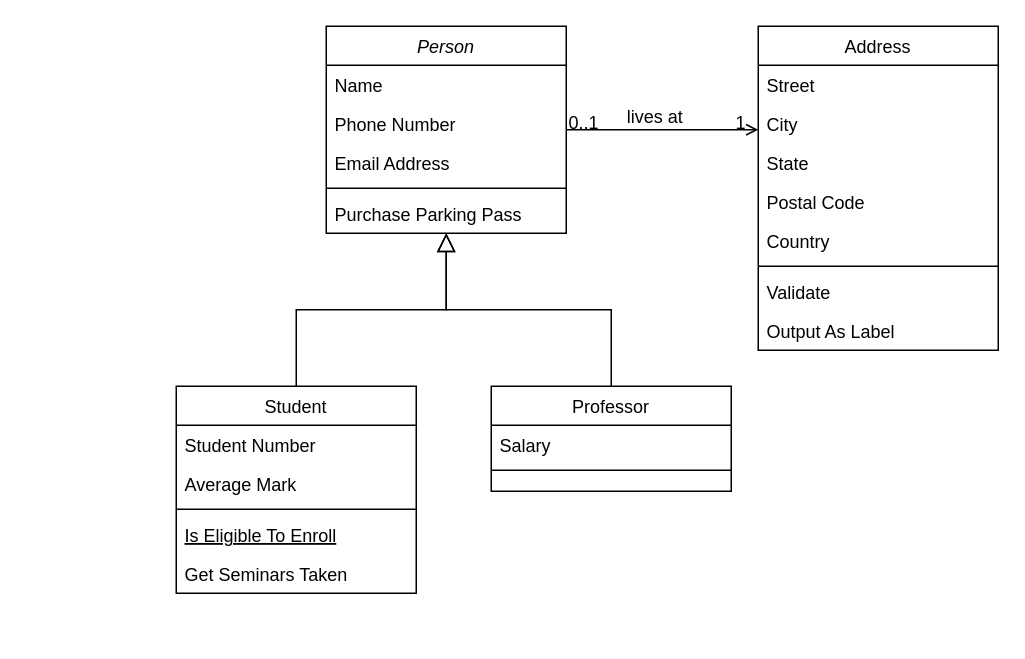
Above: Diagrama de clases.drawio in ilatorremembrado/CastilloQWERTY (draw.io), before the change. Source tidied: cells renumbered, new cells numbered last; positions are measured from the earlier drawing's top-left corner, leaving out a move shared by most shapes. Both pictures are drawn from the tidied source at 150%, with x=0, y=0 at pixel (176, 26).
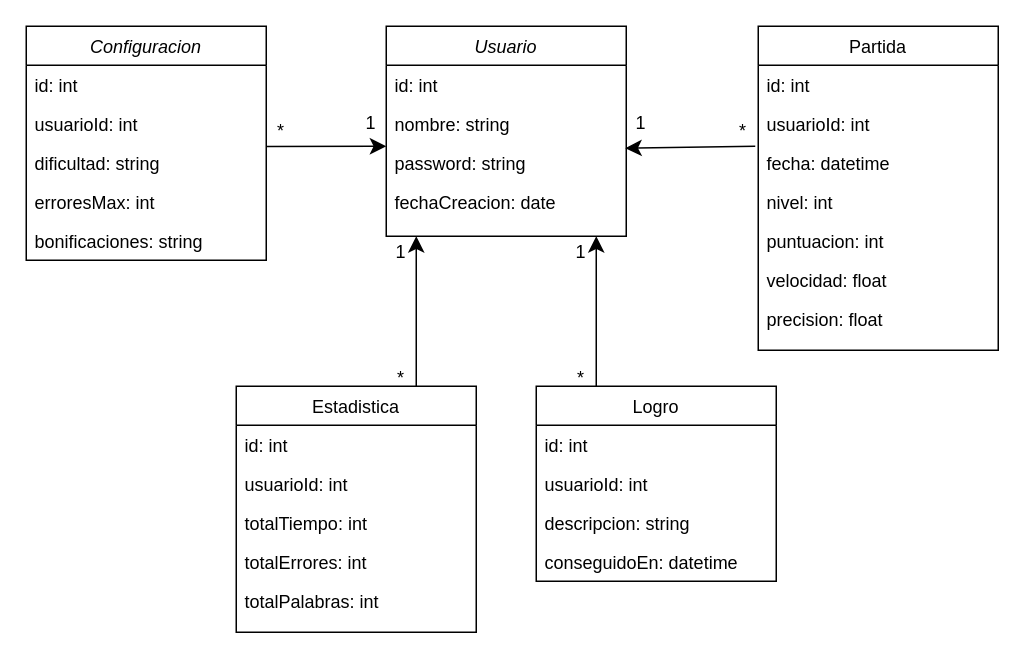
The same page after the edit.

The edit, as a diff of the source:
```diff
@@
-    <mxCell id="2" value="Person" style="swimlane;fontStyle=2;align=center;verticalAlign=top;horizontal=1;startSize=26;rounded=0;shadow=0;strokeWidth=1;" parent="1" vertex="1">
-      <mxGeometry x="100" width="160" height="138" as="geometry" />
+    <mxCell id="2" value="Usuario" style="swimlane;fontStyle=2;align=center;verticalAlign=top;horizontal=1;startSize=26;rounded=0;shadow=0;strokeWidth=1;" parent="1" vertex="1">
+      <mxGeometry x="140" width="160" height="140" as="geometry" />
     </mxCell>
-    <mxCell id="3" value="Name" style="text;align=left;verticalAlign=top;spacingLeft=4;spacingRight=4;overflow=hidden;" parent="2" vertex="1">
+    <mxCell id="3" value="id: int" style="text;align=left;verticalAlign=top;spacingLeft=4;spacingRight=4;overflow=hidden;" parent="2" vertex="1">
       <mxGeometry y="26" width="160" height="26" as="geometry" />
     </mxCell>
-    <mxCell id="4" value="Phone Number" style="text;align=left;verticalAlign=top;spacingLeft=4;spacingRight=4;overflow=hidden;rounded=0;shadow=0;html=0;" parent="2" vertex="1">
+    <mxCell id="4" value="nombre: string" style="text;align=left;verticalAlign=top;spacingLeft=4;spacingRight=4;overflow=hidden;rounded=0;shadow=0;html=0;" parent="2" vertex="1">
       <mxGeometry y="52" width="160" height="26" as="geometry" />
     </mxCell>
-    <mxCell id="5" value="Email Address" style="text;align=left;verticalAlign=top;spacingLeft=4;spacingRight=4;overflow=hidden;points=[[0,0.5],[1,0.5]];portConstraint=eastwest;rounded=0;shadow=0;html=0;" parent="2" vertex="1">
+    <mxCell id="5" value="password: string" style="text;align=left;verticalAlign=top;spacingLeft=4;spacingRight=4;overflow=hidden;points=[[0,0.5],[1,0.5]];portConstraint=eastwest;rounded=0;shadow=0;html=0;" parent="2" vertex="1">
       <mxGeometry y="78" width="160" height="26" as="geometry" />
     </mxCell>
-    <mxCell id="6" style="line;html=1;strokeWidth=1;align=left;verticalAlign=middle;spacingTop=-1;spacingLeft=3;spacingRight=3;labelPosition=right;" parent="2" vertex="1">
-      <mxGeometry y="104" width="160" height="8" as="geometry" />
-    </mxCell>
-    <mxCell id="7" value="Purchase Parking Pass" style="text;align=left;verticalAlign=top;spacingLeft=4;spacingRight=4;overflow=hidden;" parent="2" vertex="1">
-      <mxGeometry y="112" width="160" height="26" as="geometry" />
-    </mxCell>
+    <mxCell id="32" value="fechaCreacion: date" style="text;align=left;verticalAlign=top;spacingLeft=4;spacingRight=4;overflow=hidden;rounded=0;shadow=0;html=0;" parent="2" vertex="1">
+      <mxGeometry y="104" width="160" height="26" as="geometry" />
+    </mxCell>
-    <mxCell id="8" value="Student" style="swimlane;fontStyle=0;align=center;verticalAlign=top;horizontal=1;startSize=26;rounded=0;shadow=0;strokeWidth=1;" parent="1" vertex="1">
-      <mxGeometry y="240" width="160" height="138" as="geometry" />
+    <mxCell id="8" value="Estadistica" style="swimlane;fontStyle=0;align=center;verticalAlign=top;horizontal=1;startSize=26;rounded=0;shadow=0;strokeWidth=1;" parent="1" vertex="1">
+      <mxGeometry x="40" y="240" width="160" height="164" as="geometry" />
     </mxCell>
-    <mxCell id="9" value="Student Number" style="text;align=left;verticalAlign=top;spacingLeft=4;spacingRight=4;overflow=hidden;" parent="8" vertex="1">
+    <mxCell id="9" value="id: int" style="text;align=left;verticalAlign=top;spacingLeft=4;spacingRight=4;overflow=hidden;" parent="8" vertex="1">
       <mxGeometry y="26" width="160" height="26" as="geometry" />
     </mxCell>
-    <mxCell id="10" value="Average Mark" style="text;align=left;verticalAlign=top;spacingLeft=4;spacingRight=4;overflow=hidden;rounded=0;shadow=0;html=0;" parent="8" vertex="1">
+    <mxCell id="10" value="usuarioId: int" style="text;align=left;verticalAlign=top;spacingLeft=4;spacingRight=4;overflow=hidden;rounded=0;shadow=0;html=0;" parent="8" vertex="1">
       <mxGeometry y="52" width="160" height="26" as="geometry" />
     </mxCell>
-    <mxCell id="11" style="line;html=1;strokeWidth=1;align=left;verticalAlign=middle;spacingTop=-1;spacingLeft=3;spacingRight=3;labelPosition=right;" parent="8" vertex="1">
-      <mxGeometry y="78" width="160" height="8" as="geometry" />
-    </mxCell>
-    <mxCell id="12" value="Is Eligible To Enroll" style="text;align=left;verticalAlign=top;spacingLeft=4;spacingRight=4;overflow=hidden;fontStyle=4;" parent="8" vertex="1">
-      <mxGeometry y="86" width="160" height="26" as="geometry" />
-    </mxCell>
-    <mxCell id="13" value="Get Seminars Taken" style="text;align=left;verticalAlign=top;spacingLeft=4;spacingRight=4;overflow=hidden;" parent="8" vertex="1">
-      <mxGeometry y="112" width="160" height="26" as="geometry" />
+    <mxCell id="13" value="totalTiempo: int" style="text;align=left;verticalAlign=top;spacingLeft=4;spacingRight=4;overflow=hidden;" parent="8" vertex="1">
+      <mxGeometry y="78" width="160" height="26" as="geometry" />
     </mxCell>
-    <mxCell id="14" style="endArrow=block;endSize=10;endFill=0;shadow=0;strokeWidth=1;rounded=0;curved=0;edgeStyle=elbowEdgeStyle;elbow=vertical;" parent="1" edge="1" source="8" target="2">
-      <mxGeometry relative="1" as="geometry" />
-    </mxCell>
+    <mxCell id="33" value="totalErrores: int" style="text;align=left;verticalAlign=top;spacingLeft=4;spacingRight=4;overflow=hidden;" parent="8" vertex="1">
+      <mxGeometry y="104" width="160" height="26" as="geometry" />
+    </mxCell>
+    <mxCell id="34" value="totalPalabras: int" style="text;align=left;verticalAlign=top;spacingLeft=4;spacingRight=4;overflow=hidden;" parent="8" vertex="1">
+      <mxGeometry y="130" width="160" height="26" as="geometry" />
+    </mxCell>
-    <mxCell id="15" value="Professor" style="swimlane;fontStyle=0;align=center;verticalAlign=top;horizontal=1;startSize=26;rounded=0;shadow=0;strokeWidth=1;" parent="1" vertex="1">
-      <mxGeometry x="210" y="240" width="160" height="70" as="geometry" />
+    <mxCell id="15" value="Logro" style="swimlane;fontStyle=0;align=center;verticalAlign=top;horizontal=1;startSize=26;rounded=0;shadow=0;strokeWidth=1;" parent="1" vertex="1">
+      <mxGeometry x="240" y="240" width="160" height="130" as="geometry" />
     </mxCell>
-    <mxCell id="16" value="Salary" style="text;align=left;verticalAlign=top;spacingLeft=4;spacingRight=4;overflow=hidden;" parent="15" vertex="1">
+    <mxCell id="16" value="id: int&#10;" style="text;align=left;verticalAlign=top;spacingLeft=4;spacingRight=4;overflow=hidden;" parent="15" vertex="1">
       <mxGeometry y="26" width="160" height="26" as="geometry" />
     </mxCell>
-    <mxCell id="17" style="line;html=1;strokeWidth=1;align=left;verticalAlign=middle;spacingTop=-1;spacingLeft=3;spacingRight=3;labelPosition=right;" parent="15" vertex="1">
-      <mxGeometry y="52" width="160" height="8" as="geometry" />
-    </mxCell>
-    <mxCell id="18" style="endArrow=block;endSize=10;endFill=0;shadow=0;strokeWidth=1;rounded=0;curved=0;edgeStyle=elbowEdgeStyle;elbow=vertical;" parent="1" edge="1" source="15" target="2">
-      <mxGeometry relative="1" as="geometry" />
-    </mxCell>
+    <mxCell id="35" value="usuarioId: int" style="text;align=left;verticalAlign=top;spacingLeft=4;spacingRight=4;overflow=hidden;" parent="15" vertex="1">
+      <mxGeometry y="52" width="160" height="26" as="geometry" />
+    </mxCell>
+    <mxCell id="36" value="descripcion: string" style="text;align=left;verticalAlign=top;spacingLeft=4;spacingRight=4;overflow=hidden;" parent="15" vertex="1">
+      <mxGeometry y="78" width="160" height="26" as="geometry" />
+    </mxCell>
+    <mxCell id="37" value="conseguidoEn: datetime" style="text;align=left;verticalAlign=top;spacingLeft=4;spacingRight=4;overflow=hidden;" parent="15" vertex="1">
+      <mxGeometry y="104" width="160" height="26" as="geometry" />
+    </mxCell>
-    <mxCell id="19" value="Address" style="swimlane;fontStyle=0;align=center;verticalAlign=top;horizontal=1;startSize=26;rounded=0;shadow=0;strokeWidth=1;" parent="1" vertex="1">
+    <mxCell id="19" value="Partida" style="swimlane;fontStyle=0;align=center;verticalAlign=top;horizontal=1;startSize=26;rounded=0;shadow=0;strokeWidth=1;" parent="1" vertex="1">
       <mxGeometry x="388" width="160" height="216" as="geometry" />
     </mxCell>
-    <mxCell id="20" value="Street" style="text;align=left;verticalAlign=top;spacingLeft=4;spacingRight=4;overflow=hidden;" parent="19" vertex="1">
+    <mxCell id="20" value="id: int" style="text;align=left;verticalAlign=top;spacingLeft=4;spacingRight=4;overflow=hidden;" parent="19" vertex="1">
       <mxGeometry y="26" width="160" height="26" as="geometry" />
     </mxCell>
-    <mxCell id="21" value="City" style="text;align=left;verticalAlign=top;spacingLeft=4;spacingRight=4;overflow=hidden;rounded=0;shadow=0;html=0;" parent="19" vertex="1">
+    <mxCell id="21" value="usuarioId: int" style="text;align=left;verticalAlign=top;spacingLeft=4;spacingRight=4;overflow=hidden;rounded=0;shadow=0;html=0;" parent="19" vertex="1">
       <mxGeometry y="52" width="160" height="26" as="geometry" />
     </mxCell>
-    <mxCell id="22" value="State" style="text;align=left;verticalAlign=top;spacingLeft=4;spacingRight=4;overflow=hidden;rounded=0;shadow=0;html=0;" parent="19" vertex="1">
+    <mxCell id="22" value="fecha: datetime" style="text;align=left;verticalAlign=top;spacingLeft=4;spacingRight=4;overflow=hidden;rounded=0;shadow=0;html=0;" parent="19" vertex="1">
       <mxGeometry y="78" width="160" height="26" as="geometry" />
     </mxCell>
-    <mxCell id="23" value="Postal Code" style="text;align=left;verticalAlign=top;spacingLeft=4;spacingRight=4;overflow=hidden;rounded=0;shadow=0;html=0;" parent="19" vertex="1">
+    <mxCell id="23" value="nivel: int" style="text;align=left;verticalAlign=top;spacingLeft=4;spacingRight=4;overflow=hidden;rounded=0;shadow=0;html=0;" parent="19" vertex="1">
       <mxGeometry y="104" width="160" height="26" as="geometry" />
     </mxCell>
-    <mxCell id="24" value="Country" style="text;align=left;verticalAlign=top;spacingLeft=4;spacingRight=4;overflow=hidden;rounded=0;shadow=0;html=0;" parent="19" vertex="1">
+    <mxCell id="24" value="puntuacion: int" style="text;align=left;verticalAlign=top;spacingLeft=4;spacingRight=4;overflow=hidden;rounded=0;shadow=0;html=0;" parent="19" vertex="1">
       <mxGeometry y="130" width="160" height="26" as="geometry" />
     </mxCell>
-    <mxCell id="25" style="line;html=1;strokeWidth=1;align=left;verticalAlign=middle;spacingTop=-1;spacingLeft=3;spacingRight=3;labelPosition=right;" parent="19" vertex="1">
-      <mxGeometry y="156" width="160" height="8" as="geometry" />
-    </mxCell>
-    <mxCell id="26" value="Validate" style="text;align=left;verticalAlign=top;spacingLeft=4;spacingRight=4;overflow=hidden;" parent="19" vertex="1">
-      <mxGeometry y="164" width="160" height="26" as="geometry" />
+    <mxCell id="26" value="velocidad: float" style="text;align=left;verticalAlign=top;spacingLeft=4;spacingRight=4;overflow=hidden;" parent="19" vertex="1">
+      <mxGeometry y="156" width="160" height="26" as="geometry" />
     </mxCell>
-    <mxCell id="27" value="Output As Label" style="text;align=left;verticalAlign=top;spacingLeft=4;spacingRight=4;overflow=hidden;" parent="19" vertex="1">
-      <mxGeometry y="190" width="160" height="26" as="geometry" />
+    <mxCell id="27" value="precision: float" style="text;align=left;verticalAlign=top;spacingLeft=4;spacingRight=4;overflow=hidden;" parent="19" vertex="1">
+      <mxGeometry y="182" width="160" height="26" as="geometry" />
     </mxCell>
-    <mxCell id="28" style="endArrow=open;shadow=0;strokeWidth=1;rounded=0;curved=0;endFill=1;edgeStyle=elbowEdgeStyle;elbow=vertical;" parent="1" edge="1" source="2" target="19">
-      <mxGeometry x="0.5" y="41" relative="1" as="geometry">
-        <mxPoint x="-40" y="32" as="offset" />
-      </mxGeometry>
-    </mxCell>
-    <mxCell id="29" value="0..1" style="align=left;verticalAlign=bottom;labelBackgroundColor=none;fontSize=12;" parent="28" vertex="1">
-      <mxGeometry x="-1" relative="1" as="geometry">
-        <mxPoint y="4" as="offset" />
-      </mxGeometry>
-    </mxCell>
-    <mxCell id="30" value="1" style="align=right;verticalAlign=bottom;labelBackgroundColor=none;fontSize=12;" parent="28" vertex="1">
-      <mxGeometry x="1" relative="1" as="geometry">
-        <mxPoint x="-7" y="4" as="offset" />
-      </mxGeometry>
-    </mxCell>
-    <mxCell id="31" value="lives at" style="text;html=1;align=center;verticalAlign=middle;labelBackgroundColor=none;rounded=0;shadow=0;strokeWidth=1;fontSize=12;" parent="28" vertex="1">
-      <mxGeometry x="0.5" y="49" relative="1" as="geometry">
-        <mxPoint x="-38" y="40" as="offset" />
-      </mxGeometry>
-    </mxCell>
+    <mxCell id="38" value="Configuracion" style="swimlane;fontStyle=2;align=center;verticalAlign=top;horizontal=1;startSize=26;rounded=0;shadow=0;strokeWidth=1;" parent="1" vertex="1">
+      <mxGeometry x="-100" width="160" height="156" as="geometry" />
+    </mxCell>
+    <mxCell id="39" value="id: int" style="text;align=left;verticalAlign=top;spacingLeft=4;spacingRight=4;overflow=hidden;" parent="38" vertex="1">
+      <mxGeometry y="26" width="160" height="26" as="geometry" />
+    </mxCell>
+    <mxCell id="40" value="usuarioId: int" style="text;align=left;verticalAlign=top;spacingLeft=4;spacingRight=4;overflow=hidden;rounded=0;shadow=0;html=0;" parent="38" vertex="1">
+      <mxGeometry y="52" width="160" height="26" as="geometry" />
+    </mxCell>
+    <mxCell id="41" value="dificultad: string" style="text;align=left;verticalAlign=top;spacingLeft=4;spacingRight=4;overflow=hidden;points=[[0,0.5],[1,0.5]];portConstraint=eastwest;rounded=0;shadow=0;html=0;" parent="38" vertex="1">
+      <mxGeometry y="78" width="160" height="26" as="geometry" />
+    </mxCell>
+    <mxCell id="42" value="erroresMax: int" style="text;align=left;verticalAlign=top;spacingLeft=4;spacingRight=4;overflow=hidden;rounded=0;shadow=0;html=0;" parent="38" vertex="1">
+      <mxGeometry y="104" width="160" height="26" as="geometry" />
+    </mxCell>
+    <mxCell id="43" value="bonificaciones: string" style="text;align=left;verticalAlign=top;spacingLeft=4;spacingRight=4;overflow=hidden;rounded=0;shadow=0;html=0;" parent="38" vertex="1">
+      <mxGeometry y="130" width="160" height="26" as="geometry" />
+    </mxCell>
+    <mxCell id="44" style="endArrow=classic;html=1;rounded=0;fontSize=12;startSize=8;endSize=8;curved=1;entryX=0.996;entryY=0.126;entryDx=0;entryDy=0;entryPerimeter=0;" parent="1" edge="1" target="5">
+      <mxGeometry relative="1" as="geometry">
+        <mxPoint x="386" y="80" as="sourcePoint" />
+      </mxGeometry>
+    </mxCell>
+    <mxCell id="45" style="endArrow=classic;html=1;rounded=0;fontSize=12;startSize=8;endSize=8;curved=1;exitX=0.75;exitY=0;exitDx=0;exitDy=0;" parent="1" edge="1" source="8">
+      <mxGeometry relative="1" as="geometry">
+        <mxPoint x="160" y="140" as="targetPoint" />
+      </mxGeometry>
+    </mxCell>
+    <mxCell id="46" style="endArrow=classic;html=1;rounded=0;fontSize=12;startSize=8;endSize=8;curved=1;exitX=0.25;exitY=0;exitDx=0;exitDy=0;" parent="1" edge="1" source="15">
+      <mxGeometry relative="1" as="geometry">
+        <mxPoint x="280" y="140" as="targetPoint" />
+      </mxGeometry>
+    </mxCell>
+    <mxCell id="47" style="endArrow=classic;html=1;rounded=0;fontSize=12;startSize=8;endSize=8;curved=1;entryX=0;entryY=0.077;entryDx=0;entryDy=0;entryPerimeter=0;exitX=0.999;exitY=0.082;exitDx=0;exitDy=0;exitPerimeter=0;" parent="1" edge="1" source="41" target="5">
+      <mxGeometry relative="1" as="geometry" />
+    </mxCell>
+    <mxCell id="48" value="1" style="text;html=1;align=center;verticalAlign=middle;whiteSpace=wrap;rounded=0;" parent="1" vertex="1">
+      <mxGeometry x="120" y="60" width="20" height="10" as="geometry" />
+    </mxCell>
+    <mxCell id="49" value="*" style="text;html=1;align=center;verticalAlign=middle;whiteSpace=wrap;rounded=0;" parent="1" vertex="1">
+      <mxGeometry x="60" y="65" width="20" height="10" as="geometry" />
+    </mxCell>
+    <mxCell id="50" value="*" style="text;html=1;align=center;verticalAlign=middle;whiteSpace=wrap;rounded=0;" parent="1" vertex="1">
+      <mxGeometry x="140" y="230" width="20" height="10" as="geometry" />
+    </mxCell>
+    <mxCell id="51" value="*" style="text;html=1;align=center;verticalAlign=middle;whiteSpace=wrap;rounded=0;" parent="1" vertex="1">
+      <mxGeometry x="260" y="230" width="20" height="10" as="geometry" />
+    </mxCell>
+    <mxCell id="52" value="*" style="text;html=1;align=center;verticalAlign=middle;whiteSpace=wrap;rounded=0;" parent="1" vertex="1">
+      <mxGeometry x="368" y="65" width="20" height="10" as="geometry" />
+    </mxCell>
+    <mxCell id="53" value="1" style="text;html=1;align=center;verticalAlign=middle;whiteSpace=wrap;rounded=0;" parent="1" vertex="1">
+      <mxGeometry x="140" y="146" width="20" height="10" as="geometry" />
+    </mxCell>
+    <mxCell id="54" value="1" style="text;html=1;align=center;verticalAlign=middle;whiteSpace=wrap;rounded=0;" parent="1" vertex="1">
+      <mxGeometry x="260" y="146" width="20" height="10" as="geometry" />
+    </mxCell>
+    <mxCell id="55" value="1" style="text;html=1;align=center;verticalAlign=middle;whiteSpace=wrap;rounded=0;" parent="1" vertex="1">
+      <mxGeometry x="300" y="60" width="20" height="10" as="geometry" />
+    </mxCell>
```
